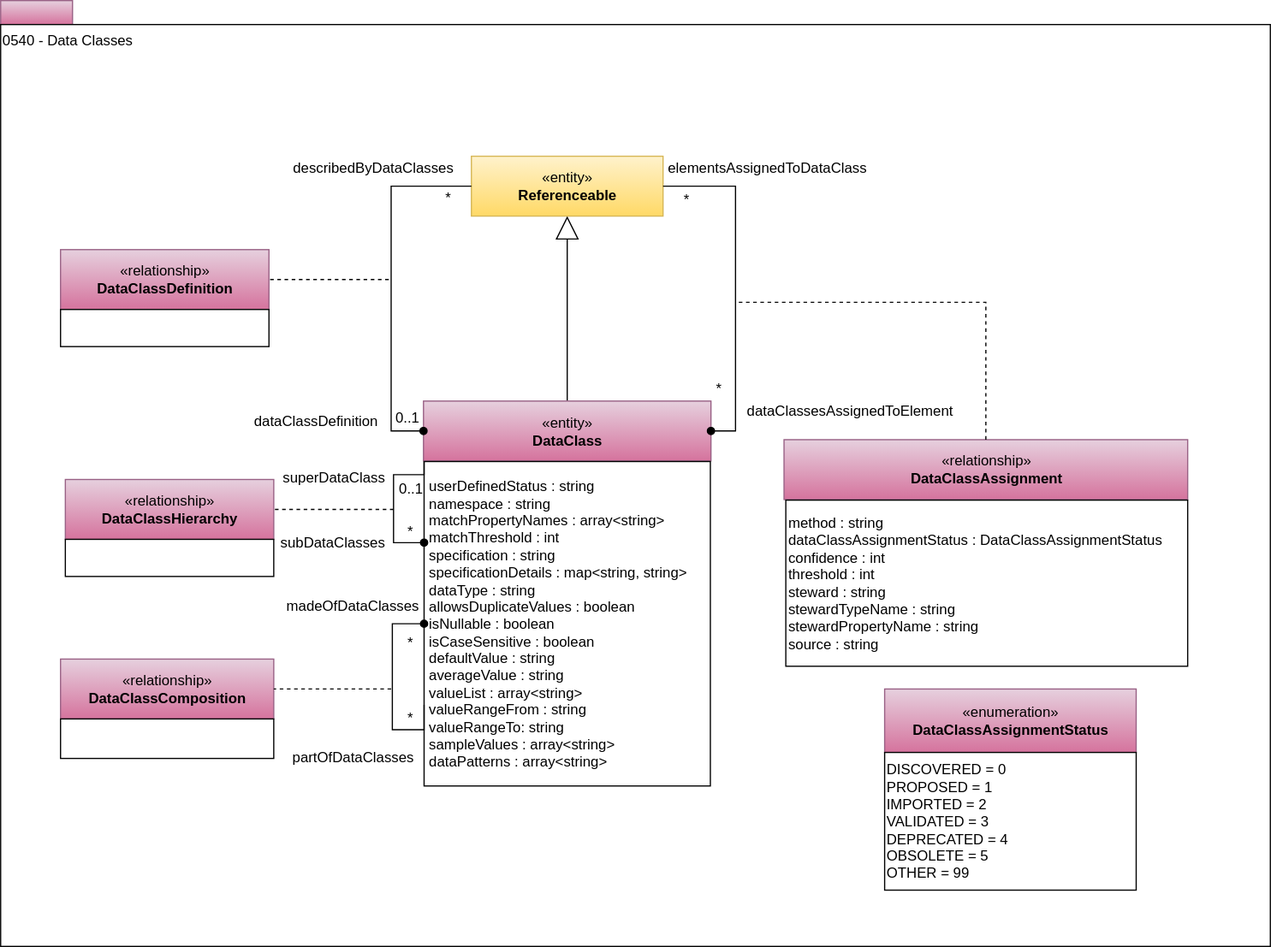
Earlier version of the draw.io export site/docs/types/5/0540-Data-Classes.svg (odpi/egeria-docs). Source tidied: cells renumbered, new cells last; positions are measured from the earlier drawing's top-left corner, leaving out a move shared by most shapes.
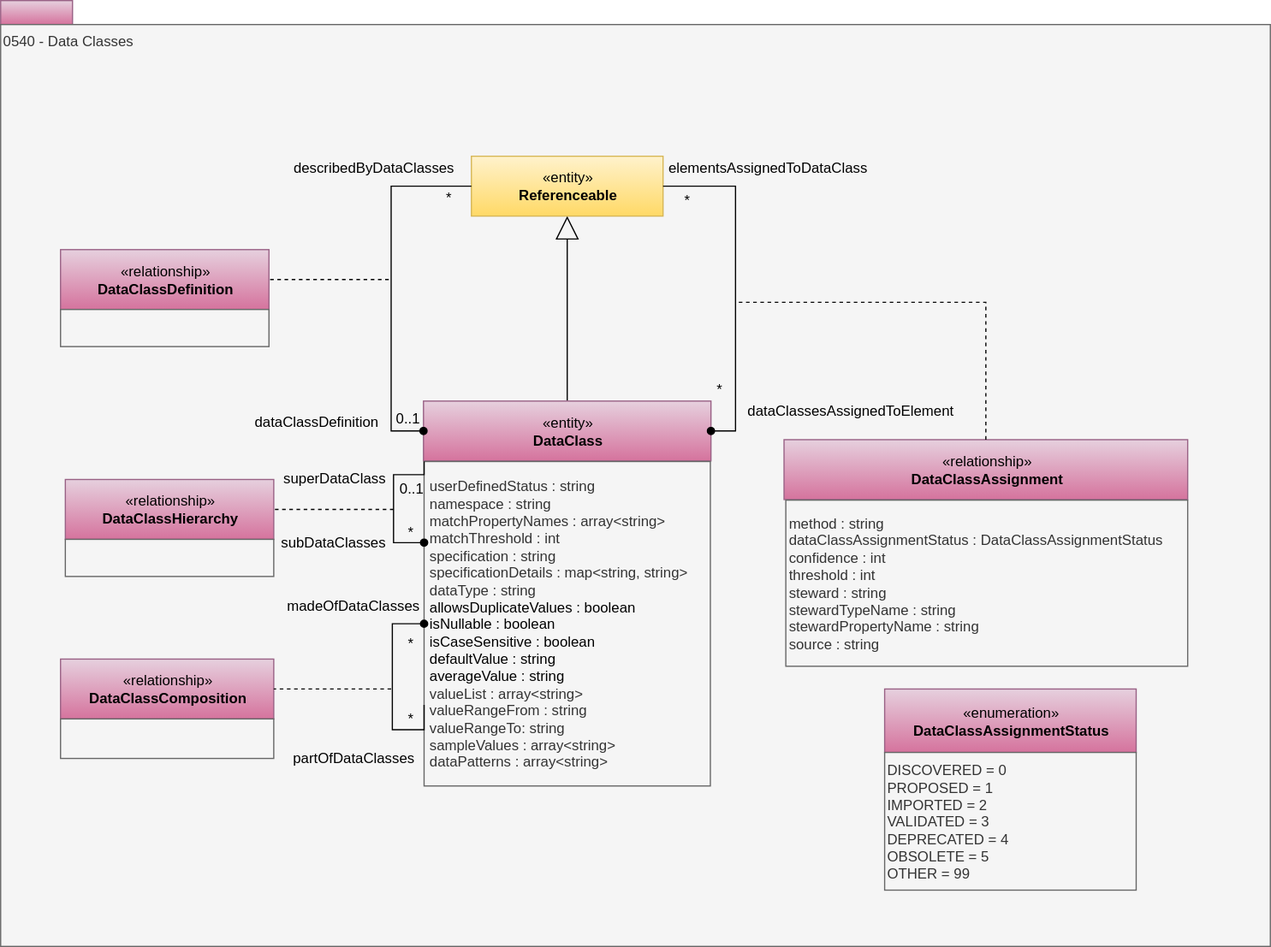
After the commit.

What changed in the source:
```diff
@@ -5,7 +5,7 @@
     <mxCell id="2" style="rounded=0;whiteSpace=wrap;html=1;align=left;fillColor=#e6d0de;strokeColor=#996185;gradientColor=#d5739d;" parent="1" vertex="1">
       <mxGeometry width="60" height="20" as="geometry" />
     </mxCell>
-    <mxCell id="3" value="0540 - Data Classes" style="rounded=0;whiteSpace=wrap;html=1;align=left;verticalAlign=top;" parent="1" vertex="1">
+    <mxCell id="3" value="0540 - Data Classes" style="rounded=0;whiteSpace=wrap;html=1;align=left;verticalAlign=top;fillColor=#f5f5f5;fontColor=#333333;strokeColor=#666666;" parent="1" vertex="1">
       <mxGeometry y="20" width="1060" height="770" as="geometry" />
     </mxCell>
     <mxCell id="4" style="edgeStyle=orthogonalEdgeStyle;rounded=0;jettySize=auto;html=1;exitX=0.5;exitY=0;exitDx=0;exitDy=0;endArrow=block;endFill=0;endSize=17;" parent="1" edge="1" source="5" target="7">
@@ -14,7 +14,7 @@
     <mxCell id="5" value="«entity»&lt;br&gt;&lt;b&gt;DataClass&lt;/b&gt;" style="html=1;strokeColor=#996185;align=center;fillColor=#e6d0de;gradientColor=#d5739d;" parent="1" vertex="1">
       <mxGeometry x="353" y="334.5" width="240" height="50" as="geometry" />
     </mxCell>
-    <mxCell id="6" value="&lt;span&gt;userDefinedStatus : string&lt;/span&gt;&lt;div&gt;&lt;span&gt;namespace : string&lt;/span&gt;&lt;div&gt;matchPropertyNames : array&amp;lt;string&amp;gt;&lt;/div&gt;&lt;div&gt;&lt;div&gt;matchThreshold : int&lt;/div&gt;&lt;div&gt;&lt;/div&gt;&lt;span&gt;specification : string&lt;/span&gt;&lt;br&gt;&lt;span&gt;specificationDetails : map&amp;lt;string, string&amp;gt;&lt;/span&gt;&lt;div&gt;&lt;span&gt;dataType : string&lt;/span&gt;&lt;/div&gt;&lt;div&gt;&lt;span style=&quot;background-color: transparent; color: light-dark(rgb(0, 0, 0), rgb(255, 255, 255));&quot;&gt;allowsDuplicateValues : boolean&lt;/span&gt;&lt;/div&gt;&lt;div&gt;&lt;span style=&quot;background-color: transparent; color: light-dark(rgb(0, 0, 0), rgb(255, 255, 255));&quot;&gt;isNullable : boolean&lt;/span&gt;&lt;/div&gt;&lt;div&gt;&lt;div&gt;&lt;/div&gt;&lt;/div&gt;&lt;div&gt;&lt;span style=&quot;background-color: transparent; color: light-dark(rgb(0, 0, 0), rgb(255, 255, 255));&quot;&gt;isCaseSensitive : boolean&lt;/span&gt;&lt;/div&gt;&lt;div&gt;&lt;span style=&quot;background-color: transparent; color: light-dark(rgb(0, 0, 0), rgb(255, 255, 255));&quot;&gt;defaultValue : string&lt;/span&gt;&lt;br&gt;&lt;/div&gt;&lt;div&gt;&lt;span style=&quot;background-color: transparent; color: light-dark(rgb(0, 0, 0), rgb(255, 255, 255));&quot;&gt;averageValue : string&lt;/span&gt;&lt;/div&gt;&lt;div&gt;valueList : array&amp;lt;string&amp;gt;&lt;/div&gt;&lt;div&gt;valueRangeFrom : string&lt;/div&gt;&lt;div&gt;valueRangeTo: string&lt;/div&gt;&lt;div&gt;sampleValues : array&amp;lt;string&amp;gt;&lt;br&gt;dataPatterns : array&amp;lt;string&amp;gt;&lt;br&gt;&lt;/div&gt;&lt;/div&gt;&lt;/div&gt;" style="rounded=0;whiteSpace=wrap;html=1;strokeColor=#000000;gradientColor=#ffffff;align=left;spacingLeft=2;" parent="1" vertex="1">
+    <mxCell id="6" value="&lt;span&gt;userDefinedStatus : string&lt;/span&gt;&lt;div&gt;&lt;span&gt;namespace : string&lt;/span&gt;&lt;div&gt;matchPropertyNames : array&amp;lt;string&amp;gt;&lt;/div&gt;&lt;div&gt;&lt;div&gt;matchThreshold : int&lt;/div&gt;&lt;div&gt;&lt;/div&gt;&lt;span&gt;specification : string&lt;/span&gt;&lt;br&gt;&lt;span&gt;specificationDetails : map&amp;lt;string, string&amp;gt;&lt;/span&gt;&lt;div&gt;&lt;span&gt;dataType : string&lt;/span&gt;&lt;/div&gt;&lt;div&gt;&lt;span style=&quot;background-color: transparent; color: light-dark(rgb(0, 0, 0), rgb(255, 255, 255));&quot;&gt;allowsDuplicateValues : boolean&lt;/span&gt;&lt;/div&gt;&lt;div&gt;&lt;span style=&quot;background-color: transparent; color: light-dark(rgb(0, 0, 0), rgb(255, 255, 255));&quot;&gt;isNullable : boolean&lt;/span&gt;&lt;/div&gt;&lt;div&gt;&lt;div&gt;&lt;/div&gt;&lt;/div&gt;&lt;div&gt;&lt;span style=&quot;background-color: transparent; color: light-dark(rgb(0, 0, 0), rgb(255, 255, 255));&quot;&gt;isCaseSensitive : boolean&lt;/span&gt;&lt;/div&gt;&lt;div&gt;&lt;span style=&quot;background-color: transparent; color: light-dark(rgb(0, 0, 0), rgb(255, 255, 255));&quot;&gt;defaultValue : string&lt;/span&gt;&lt;br&gt;&lt;/div&gt;&lt;div&gt;&lt;span style=&quot;background-color: transparent; color: light-dark(rgb(0, 0, 0), rgb(255, 255, 255));&quot;&gt;averageValue : string&lt;/span&gt;&lt;/div&gt;&lt;div&gt;valueList : array&amp;lt;string&amp;gt;&lt;/div&gt;&lt;div&gt;valueRangeFrom : string&lt;/div&gt;&lt;div&gt;valueRangeTo: string&lt;/div&gt;&lt;div&gt;sampleValues : array&amp;lt;string&amp;gt;&lt;br&gt;dataPatterns : array&amp;lt;string&amp;gt;&lt;br&gt;&lt;/div&gt;&lt;/div&gt;&lt;/div&gt;" style="rounded=0;whiteSpace=wrap;html=1;strokeColor=#666666;align=left;spacingLeft=2;fillColor=#f5f5f5;fontColor=#333333;" parent="1" vertex="1">
       <mxGeometry x="353.5" y="385" width="239" height="271" as="geometry" />
     </mxCell>
     <mxCell id="7" value="«entity»&lt;br&gt;&lt;b&gt;Referenceable&lt;/b&gt;" style="html=1;strokeColor=#d6b656;align=center;fillColor=#fff2cc;gradientColor=#ffd966;" parent="1" vertex="1">
@@ -28,7 +28,7 @@
         <mxPoint x="328" y="425" as="sourcePoint" />
       </mxGeometry>
     </mxCell>
-    <mxCell id="10" style="rounded=0;whiteSpace=wrap;html=1;strokeColor=#000000;gradientColor=#ffffff;align=center;" parent="1" vertex="1">
+    <mxCell id="10" style="rounded=0;whiteSpace=wrap;html=1;strokeColor=#666666;align=center;fillColor=#f5f5f5;fontColor=#333333;" parent="1" vertex="1">
       <mxGeometry x="54" y="450" width="174" height="31" as="geometry" />
     </mxCell>
     <mxCell id="11" value="*" style="text;html=1;strokeColor=none;fillColor=none;align=center;verticalAlign=middle;whiteSpace=wrap;rounded=0;" parent="1" vertex="1">
@@ -46,13 +46,13 @@
     <mxCell id="15" value="«enumeration»&lt;br&gt;&lt;b&gt;DataClassAssignmentStatus&lt;/b&gt;" style="html=1;strokeColor=#996185;align=center;fillColor=#e6d0de;gradientColor=#d5739d;" parent="1" vertex="1">
       <mxGeometry x="738" y="575" width="210" height="53" as="geometry" />
     </mxCell>
-    <mxCell id="16" value="DISCOVERED = 0&lt;br&gt;PROPOSED = 1&lt;br&gt;IMPORTED = 2&lt;br&gt;VALIDATED = 3&lt;br&gt;DEPRECATED = 4&lt;br&gt;OBSOLETE = 5&lt;br&gt;OTHER = 99&lt;br&gt;" style="rounded=0;whiteSpace=wrap;html=1;strokeColor=#000000;gradientColor=#ffffff;align=left;" parent="1" vertex="1">
+    <mxCell id="16" value="DISCOVERED = 0&lt;br&gt;PROPOSED = 1&lt;br&gt;IMPORTED = 2&lt;br&gt;VALIDATED = 3&lt;br&gt;DEPRECATED = 4&lt;br&gt;OBSOLETE = 5&lt;br&gt;OTHER = 99&lt;br&gt;" style="rounded=0;whiteSpace=wrap;html=1;strokeColor=#666666;align=left;fillColor=#f5f5f5;fontColor=#333333;" parent="1" vertex="1">
       <mxGeometry x="738" y="628" width="210" height="115" as="geometry" />
     </mxCell>
     <mxCell id="17" value="«relationship»&lt;br&gt;&lt;b&gt;DataClassAssignment&lt;/b&gt;" style="html=1;strokeColor=#996185;align=center;fillColor=#e6d0de;gradientColor=#d5739d;" parent="1" vertex="1">
       <mxGeometry x="654" y="366.8" width="337" height="50" as="geometry" />
     </mxCell>
-    <mxCell id="18" value="&lt;span&gt;method : string&lt;/span&gt;&lt;br&gt;&lt;span&gt;dataClassAssignmentStatus : DataClassAssignmentStatus&lt;/span&gt;&lt;br&gt;&lt;span&gt;confidence : int&lt;/span&gt;&lt;br&gt;&lt;span&gt;threshold : int&lt;/span&gt;&lt;br&gt;&lt;span&gt;steward : string&lt;/span&gt;&lt;div&gt;stewardTypeName : string&lt;/div&gt;&lt;div&gt;stewardPropertyName : string&lt;br&gt;&lt;span&gt;source : string&lt;/span&gt;&lt;/div&gt;" style="rounded=0;whiteSpace=wrap;html=1;strokeColor=#000000;gradientColor=#ffffff;align=left;" parent="1" vertex="1">
+    <mxCell id="18" value="&lt;span&gt;method : string&lt;/span&gt;&lt;br&gt;&lt;span&gt;dataClassAssignmentStatus : DataClassAssignmentStatus&lt;/span&gt;&lt;br&gt;&lt;span&gt;confidence : int&lt;/span&gt;&lt;br&gt;&lt;span&gt;threshold : int&lt;/span&gt;&lt;br&gt;&lt;span&gt;steward : string&lt;/span&gt;&lt;div&gt;stewardTypeName : string&lt;/div&gt;&lt;div&gt;stewardPropertyName : string&lt;br&gt;&lt;span&gt;source : string&lt;/span&gt;&lt;/div&gt;" style="rounded=0;whiteSpace=wrap;html=1;strokeColor=#666666;align=left;fillColor=#f5f5f5;fontColor=#333333;" parent="1" vertex="1">
       <mxGeometry x="655.5" y="417.2" width="335.5" height="138.8" as="geometry" />
     </mxCell>
     <mxCell id="19" style="endArrow=none;dashed=1;html=1;exitX=0.5;exitY=0;exitDx=0;exitDy=0;rounded=0;edgeStyle=orthogonalEdgeStyle;" parent="1" edge="1" source="17">
@@ -71,7 +71,7 @@
         <mxPoint x="326" y="575" as="sourcePoint" />
       </mxGeometry>
     </mxCell>
-    <mxCell id="22" style="rounded=0;whiteSpace=wrap;html=1;strokeColor=#000000;gradientColor=#ffffff;align=left;" parent="1" vertex="1">
+    <mxCell id="22" style="rounded=0;whiteSpace=wrap;html=1;strokeColor=#666666;align=left;fillColor=#f5f5f5;fontColor=#333333;" parent="1" vertex="1">
       <mxGeometry x="50" y="600" width="178" height="33" as="geometry" />
     </mxCell>
     <mxCell id="23" value="superDataClass" style="text;html=1;align=left;verticalAlign=top;spacingTop=-4;" parent="1" vertex="1">
@@ -152,7 +152,7 @@
         <mxPoint x="324" y="233" as="sourcePoint" />
       </mxGeometry>
     </mxCell>
-    <mxCell id="41" style="rounded=0;whiteSpace=wrap;html=1;strokeColor=#000000;gradientColor=#ffffff;align=center;" parent="1" vertex="1">
+    <mxCell id="41" style="rounded=0;whiteSpace=wrap;html=1;strokeColor=#666666;align=center;fillColor=#f5f5f5;fontColor=#333333;" parent="1" vertex="1">
       <mxGeometry x="50" y="258" width="174" height="31" as="geometry" />
     </mxCell>
   </root>
```
